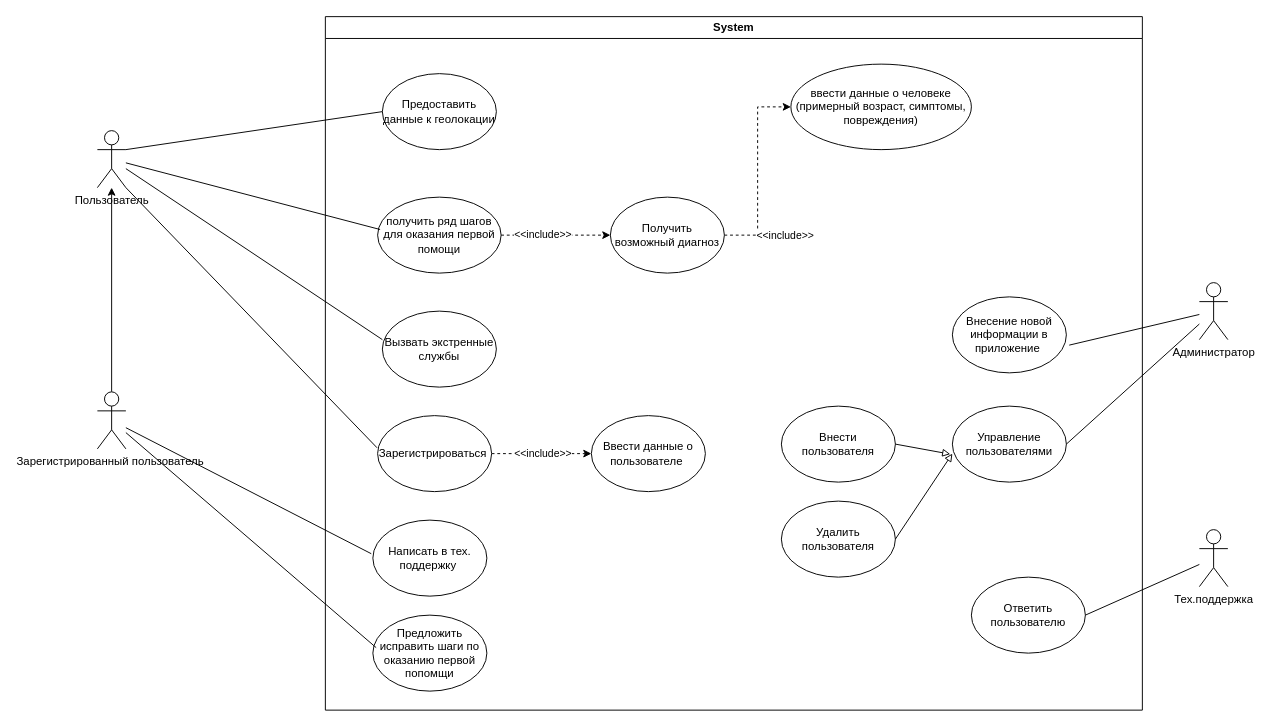
Before: Use case.drawio in DTVibes/stepic, a draw.io diagram. Source tidied: cells renumbered, new cells numbered last; positions are measured from the earlier drawing's top-left corner, leaving out a move shared by most shapes. Both pictures are drawn from the tidied source at 95%, with x=0, y=0 at pixel (97, 16).
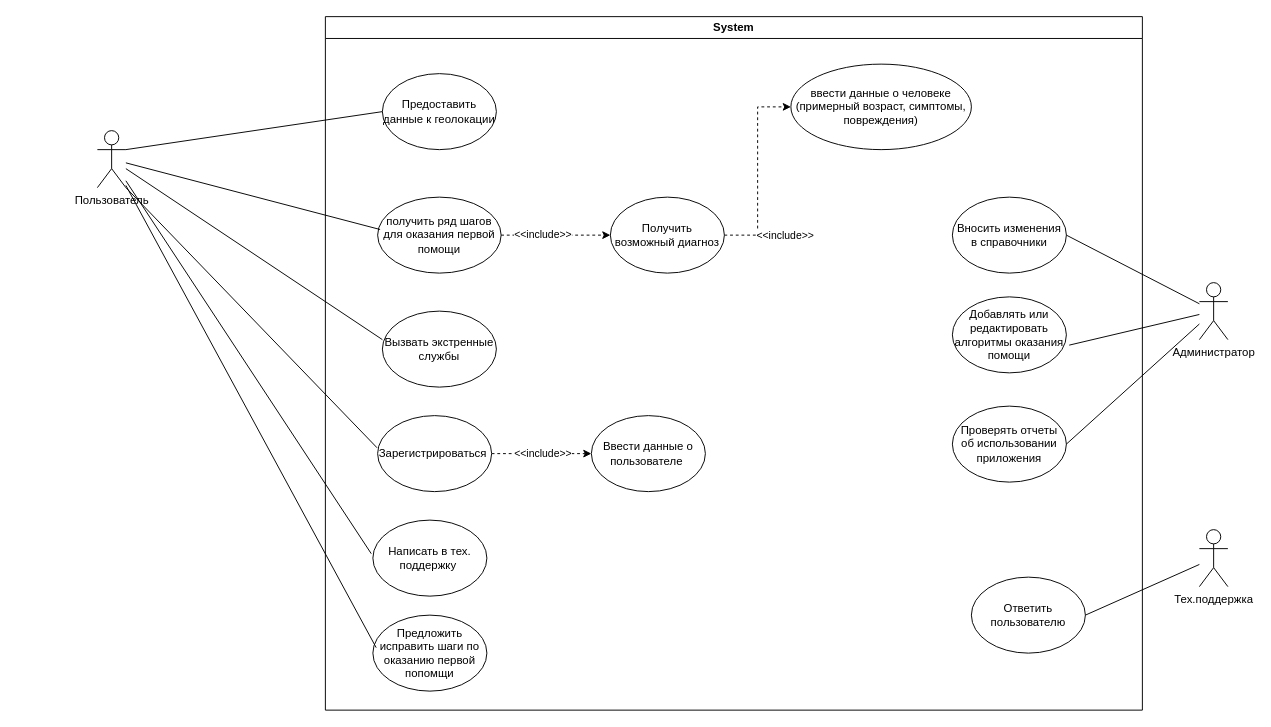
Above is the later version.

Unchanged cells that the change refers to:
```xml
<mxCell id="2" value="Пользователь" style="shape=umlActor;verticalLabelPosition=bottom;verticalAlign=top;html=1;outlineConnect=0;" parent="1" vertex="1">
  <mxGeometry y="120" width="30" height="60" as="geometry" />
</mxCell>
<mxCell id="3" value="System" style="swimlane;whiteSpace=wrap;html=1;" parent="1" vertex="1">
  <mxGeometry x="240" width="860" height="730" as="geometry" />
</mxCell>
<mxCell id="13" value="Написать в тех. поддержку&amp;nbsp;" style="ellipse;whiteSpace=wrap;html=1;" parent="3" vertex="1">
  <mxGeometry x="50" y="530" width="120" height="80" as="geometry" />
</mxCell>
<mxCell id="14" value="Предложить исправить шаги по оказанию первой попомщи" style="ellipse;whiteSpace=wrap;html=1;" parent="3" vertex="1">
  <mxGeometry x="50" y="630" width="120" height="80" as="geometry" />
</mxCell>
<mxCell id="26" value="Администратор" style="shape=umlActor;verticalLabelPosition=bottom;verticalAlign=top;html=1;outlineConnect=0;" parent="3" vertex="1">
  <mxGeometry x="920" y="280" width="30" height="60" as="geometry" />
</mxCell>
```

What changed in the source:
```diff
@@
-    <mxCell id="19" value="Внесение новой информации в приложение&amp;nbsp;" style="ellipse;whiteSpace=wrap;html=1;" parent="3" vertex="1">
+    <mxCell id="19" value="Добавлять или редактировать алгоритмы оказания помощи" style="ellipse;whiteSpace=wrap;html=1;" parent="3" vertex="1">
       <mxGeometry x="660" y="295" width="120" height="80" as="geometry" />
     </mxCell>
@@
-    <mxCell id="21" value="Управление пользователями" style="ellipse;whiteSpace=wrap;html=1;" parent="3" vertex="1">
+    <mxCell id="21" value="Проверять отчеты об использовании приложения" style="ellipse;whiteSpace=wrap;html=1;" parent="3" vertex="1">
       <mxGeometry x="660" y="410" width="120" height="80" as="geometry" />
     </mxCell>
-    <mxCell id="22" value="Удалить пользователя" style="ellipse;whiteSpace=wrap;html=1;" parent="3" vertex="1">
-      <mxGeometry x="480" y="510" width="120" height="80" as="geometry" />
-    </mxCell>
-    <mxCell id="23" value="Внести пользователя" style="ellipse;whiteSpace=wrap;html=1;" parent="3" vertex="1">
-      <mxGeometry x="480" y="410" width="120" height="80" as="geometry" />
-    </mxCell>
-    <mxCell id="24" style="endArrow=block;html=1;rounded=0;exitX=1;exitY=0.5;exitDx=0;exitDy=0;entryX=0;entryY=0.625;entryDx=0;entryDy=0;entryPerimeter=0;endFill=0;" parent="3" edge="1" source="22" target="21">
-      <mxGeometry relative="1" as="geometry" />
-    </mxCell>
-    <mxCell id="25" style="endArrow=block;html=1;rounded=0;exitX=1;exitY=0.5;exitDx=0;exitDy=0;entryX=-0.018;entryY=0.632;entryDx=0;entryDy=0;entryPerimeter=0;endFill=0;" parent="3" edge="1" source="23" target="21">
-      <mxGeometry relative="1" as="geometry" />
-    </mxCell>
@@
+    <mxCell id="39" value="Вносить изменения в справочники" style="ellipse;whiteSpace=wrap;html=1;" parent="3" vertex="1">
+      <mxGeometry x="660" y="190" width="120" height="80" as="geometry" />
+    </mxCell>
+    <mxCell id="40" style="endArrow=none;html=1;rounded=0;entryX=1;entryY=0.5;entryDx=0;entryDy=0;" parent="3" edge="1" source="26" target="39">
+      <mxGeometry relative="1" as="geometry" />
+    </mxCell>
@@
-    <mxCell id="34" style="edgeStyle=orthogonalEdgeStyle;rounded=0;jettySize=auto;html=1;" parent="1" edge="1" source="35" target="2">
-      <mxGeometry relative="1" as="geometry" />
-    </mxCell>
-    <mxCell id="35" value="Зарегистрированный пользователь&amp;nbsp;" style="shape=umlActor;verticalLabelPosition=bottom;verticalAlign=top;html=1;outlineConnect=0;" parent="1" vertex="1">
-      <mxGeometry y="395" width="30" height="60" as="geometry" />
-    </mxCell>
-    <mxCell id="36" style="endArrow=none;html=1;rounded=0;entryX=0.029;entryY=0.428;entryDx=0;entryDy=0;entryPerimeter=0;" parent="1" edge="1" source="35" target="14">
+    <mxCell id="36" style="endArrow=none;html=1;rounded=0;entryX=0.029;entryY=0.428;entryDx=0;entryDy=0;entryPerimeter=0;" parent="1" edge="1" source="2" target="14">
       <mxGeometry relative="1" as="geometry" />
     </mxCell>
-    <mxCell id="37" style="endArrow=none;html=1;rounded=0;entryX=-0.014;entryY=0.442;entryDx=0;entryDy=0;entryPerimeter=0;" parent="1" edge="1" source="35" target="13">
+    <mxCell id="37" style="endArrow=none;html=1;rounded=0;entryX=-0.014;entryY=0.442;entryDx=0;entryDy=0;entryPerimeter=0;" parent="1" edge="1" source="2" target="13">
       <mxGeometry relative="1" as="geometry" />
     </mxCell>
```
